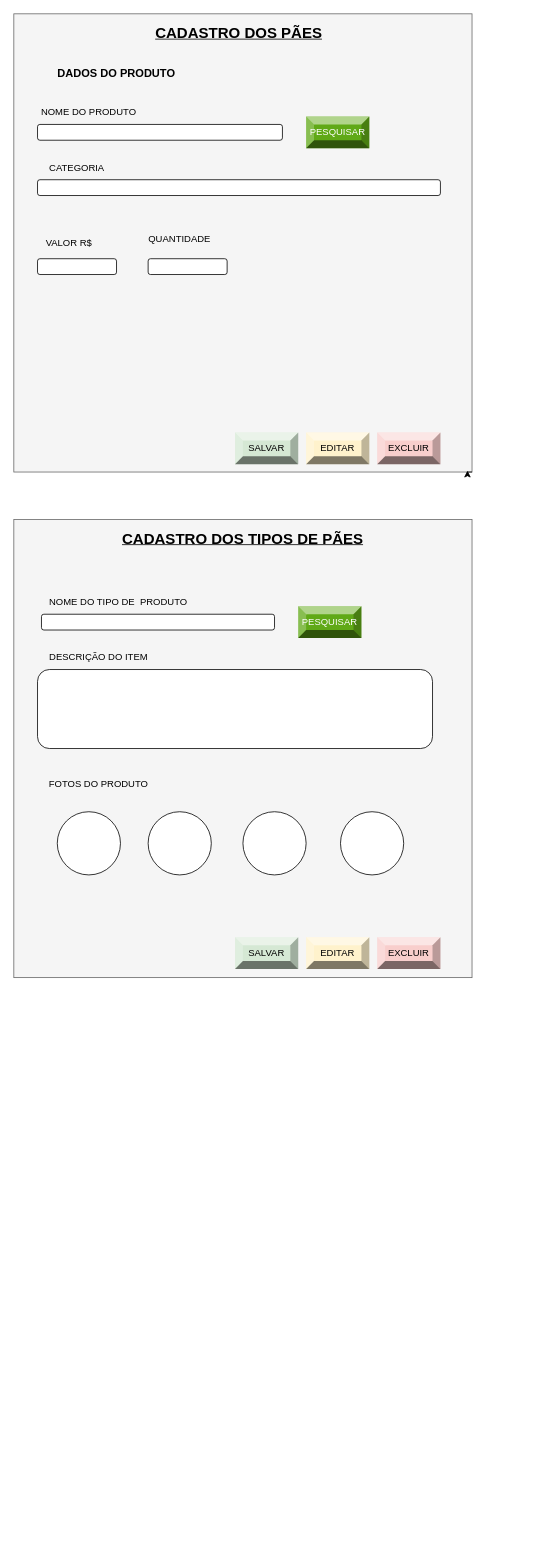
Above: Prototipagem.drawio in LeozinRomeiro/Modelagem_SENAI_CTM (draw.io), before the change. Source tidied: cells renumbered, new cells numbered last; positions are measured from the earlier drawing's top-left corner, leaving out a move shared by most shapes. Both pictures are drawn from the tidied source at 79%, with x=0, y=0 at pixel (13, 13).
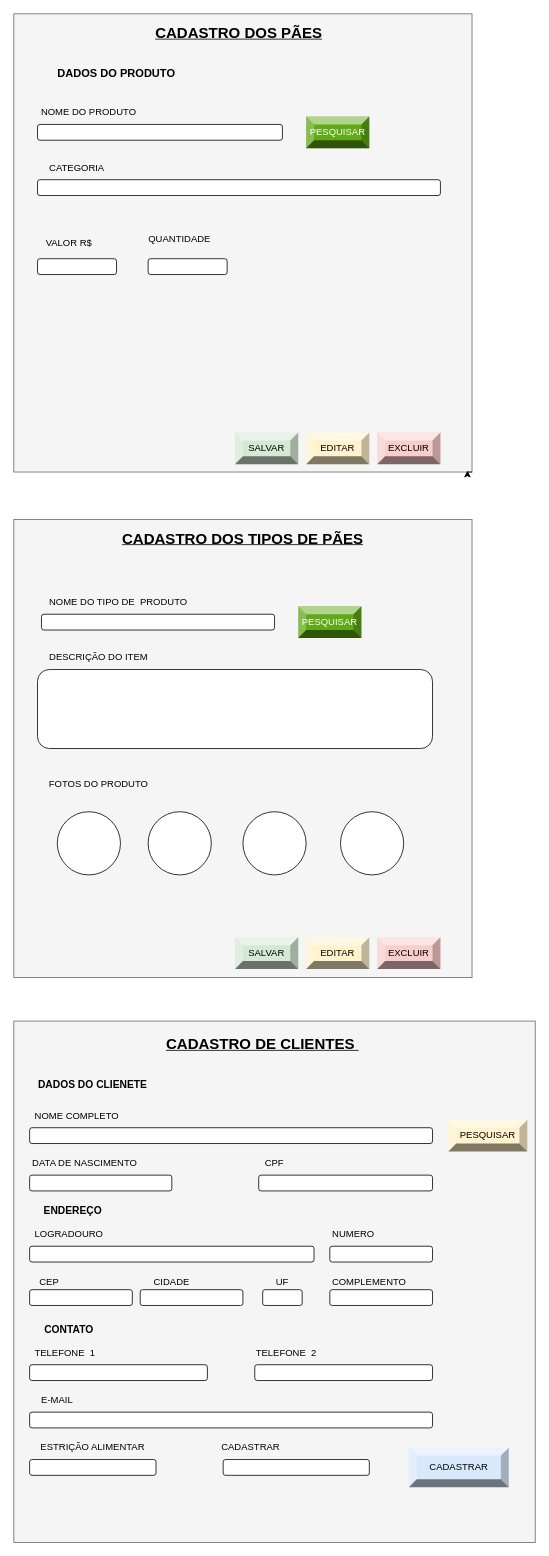
After the change.

Change to the diagram source:
```diff
@@
+    <mxCell id="33" style="whiteSpace=wrap;html=1;fillColor=#f5f5f5;strokeColor=#666666;fontColor=#333333;" parent="1" vertex="1">
+      <mxGeometry y="1275" width="660" height="660" as="geometry" />
+    </mxCell>
+    <mxCell id="34" value="CADASTRO DE CLIENTES&amp;nbsp;" style="text;html=1;strokeColor=none;fillColor=none;align=center;verticalAlign=middle;whiteSpace=wrap;rounded=0;fontStyle=5;fontSize=19;" parent="1" vertex="1">
+      <mxGeometry x="180" y="1290" width="270" height="30" as="geometry" />
+    </mxCell>
+    <mxCell id="35" value="DADOS DO CLIENETE" style="text;html=1;strokeColor=none;fillColor=none;align=center;verticalAlign=middle;whiteSpace=wrap;rounded=0;fontSize=13;fontStyle=1;" parent="1" vertex="1">
+      <mxGeometry x="30" y="1340" width="140" height="30" as="geometry" />
+    </mxCell>
+    <mxCell id="36" value="NOME COMPLETO" style="text;html=1;strokeColor=none;fillColor=none;align=center;verticalAlign=middle;whiteSpace=wrap;rounded=0;" parent="1" vertex="1">
+      <mxGeometry x="10" y="1380" width="140" height="30" as="geometry" />
+    </mxCell>
+    <mxCell id="37" style="rounded=1;whiteSpace=wrap;html=1;" parent="1" vertex="1">
+      <mxGeometry x="20" y="1410" width="510" height="20" as="geometry" />
+    </mxCell>
+    <mxCell id="38" value="DATA DE NASCIMENTO" style="text;html=1;strokeColor=none;fillColor=none;align=center;verticalAlign=middle;whiteSpace=wrap;rounded=0;" parent="1" vertex="1">
+      <mxGeometry x="20" y="1440" width="140" height="30" as="geometry" />
+    </mxCell>
+    <mxCell id="39" style="rounded=1;whiteSpace=wrap;html=1;" parent="1" vertex="1">
+      <mxGeometry x="20" y="1470" width="180" height="20" as="geometry" />
+    </mxCell>
+    <mxCell id="40" value="CPF" style="text;html=1;strokeColor=none;fillColor=none;align=center;verticalAlign=middle;whiteSpace=wrap;rounded=0;" parent="1" vertex="1">
+      <mxGeometry x="300" y="1440" width="60" height="30" as="geometry" />
+    </mxCell>
+    <mxCell id="41" style="rounded=1;whiteSpace=wrap;html=1;" parent="1" vertex="1">
+      <mxGeometry x="310" y="1470" width="220" height="20" as="geometry" />
+    </mxCell>
+    <mxCell id="42" value="ENDEREÇO" style="text;html=1;strokeColor=none;fillColor=none;align=center;verticalAlign=middle;whiteSpace=wrap;rounded=0;fontSize=13;fontStyle=1;" parent="1" vertex="1">
+      <mxGeometry x="20" y="1500" width="110" height="30" as="geometry" />
+    </mxCell>
+    <mxCell id="43" value="LOGRADOURO" style="text;html=1;strokeColor=none;fillColor=none;align=center;verticalAlign=middle;whiteSpace=wrap;rounded=0;" parent="1" vertex="1">
+      <mxGeometry x="40" y="1530" width="60" height="30" as="geometry" />
+    </mxCell>
+    <mxCell id="44" style="rounded=1;whiteSpace=wrap;html=1;" parent="1" vertex="1">
+      <mxGeometry x="20" y="1560" width="360" height="20" as="geometry" />
+    </mxCell>
+    <mxCell id="45" value="NUMERO" style="text;html=1;strokeColor=none;fillColor=none;align=center;verticalAlign=middle;whiteSpace=wrap;rounded=0;" parent="1" vertex="1">
+      <mxGeometry x="400" y="1530" width="60" height="30" as="geometry" />
+    </mxCell>
+    <mxCell id="46" style="rounded=1;whiteSpace=wrap;html=1;" parent="1" vertex="1">
+      <mxGeometry x="400" y="1560" width="130" height="20" as="geometry" />
+    </mxCell>
+    <mxCell id="47" value="CEP" style="text;html=1;strokeColor=none;fillColor=none;align=center;verticalAlign=middle;whiteSpace=wrap;rounded=0;" parent="1" vertex="1">
+      <mxGeometry x="15" y="1590" width="60" height="30" as="geometry" />
+    </mxCell>
+    <mxCell id="48" style="rounded=1;whiteSpace=wrap;html=1;" parent="1" vertex="1">
+      <mxGeometry x="20" y="1615" width="130" height="20" as="geometry" />
+    </mxCell>
+    <mxCell id="49" value="CIDADE" style="text;html=1;strokeColor=none;fillColor=none;align=center;verticalAlign=middle;whiteSpace=wrap;rounded=0;" parent="1" vertex="1">
+      <mxGeometry x="170" y="1590" width="60" height="30" as="geometry" />
+    </mxCell>
+    <mxCell id="50" style="rounded=1;whiteSpace=wrap;html=1;" parent="1" vertex="1">
+      <mxGeometry x="160" y="1615" width="130" height="20" as="geometry" />
+    </mxCell>
+    <mxCell id="51" value="UF" style="text;html=1;strokeColor=none;fillColor=none;align=center;verticalAlign=middle;whiteSpace=wrap;rounded=0;" parent="1" vertex="1">
+      <mxGeometry x="310" y="1590" width="60" height="30" as="geometry" />
+    </mxCell>
+    <mxCell id="52" style="rounded=1;whiteSpace=wrap;html=1;" parent="1" vertex="1">
+      <mxGeometry x="315" y="1615" width="50" height="20" as="geometry" />
+    </mxCell>
+    <mxCell id="53" value="COMPLEMENTO" style="text;html=1;strokeColor=none;fillColor=none;align=center;verticalAlign=middle;whiteSpace=wrap;rounded=0;" parent="1" vertex="1">
+      <mxGeometry x="420" y="1590" width="60" height="30" as="geometry" />
+    </mxCell>
+    <mxCell id="54" style="rounded=1;whiteSpace=wrap;html=1;" parent="1" vertex="1">
+      <mxGeometry x="400" y="1615" width="130" height="20" as="geometry" />
+    </mxCell>
+    <mxCell id="55" value="CONTATO" style="text;html=1;strokeColor=none;fillColor=none;align=center;verticalAlign=middle;whiteSpace=wrap;rounded=0;fontSize=13;fontStyle=1;" parent="1" vertex="1">
+      <mxGeometry x="15" y="1650" width="110" height="30" as="geometry" />
+    </mxCell>
+    <mxCell id="56" value="TELEFONE&amp;nbsp; 1" style="text;html=1;strokeColor=none;fillColor=none;align=center;verticalAlign=middle;whiteSpace=wrap;rounded=0;" parent="1" vertex="1">
+      <mxGeometry x="25" y="1680" width="80" height="30" as="geometry" />
+    </mxCell>
+    <mxCell id="57" style="rounded=1;whiteSpace=wrap;html=1;" parent="1" vertex="1">
+      <mxGeometry x="20" y="1710" width="225" height="20" as="geometry" />
+    </mxCell>
+    <mxCell id="58" value="E-MAIL" style="text;html=1;strokeColor=none;fillColor=none;align=center;verticalAlign=middle;whiteSpace=wrap;rounded=0;" parent="1" vertex="1">
+      <mxGeometry x="25" y="1740" width="60" height="30" as="geometry" />
+    </mxCell>
+    <mxCell id="59" style="rounded=1;whiteSpace=wrap;html=1;" parent="1" vertex="1">
+      <mxGeometry x="20" y="1770" width="510" height="20" as="geometry" />
+    </mxCell>
+    <mxCell id="60" value="TELEFONE&amp;nbsp; 2" style="text;html=1;strokeColor=none;fillColor=none;align=center;verticalAlign=middle;whiteSpace=wrap;rounded=0;" parent="1" vertex="1">
+      <mxGeometry x="305" y="1680" width="80" height="30" as="geometry" />
+    </mxCell>
+    <mxCell id="61" style="rounded=1;whiteSpace=wrap;html=1;" parent="1" vertex="1">
+      <mxGeometry x="305" y="1710" width="225" height="20" as="geometry" />
+    </mxCell>
+    <mxCell id="62" value="ESTRIÇÃO ALIMENTAR" style="text;html=1;strokeColor=none;fillColor=none;align=center;verticalAlign=middle;whiteSpace=wrap;rounded=0;" parent="1" vertex="1">
+      <mxGeometry x="25" y="1800" width="150" height="30" as="geometry" />
+    </mxCell>
+    <mxCell id="63" style="rounded=1;whiteSpace=wrap;html=1;" parent="1" vertex="1">
+      <mxGeometry x="20" y="1830" width="160" height="20" as="geometry" />
+    </mxCell>
+    <mxCell id="64" value="CADASTRAR" style="text;html=1;strokeColor=none;fillColor=none;align=center;verticalAlign=middle;whiteSpace=wrap;rounded=0;" parent="1" vertex="1">
+      <mxGeometry x="270" y="1800" width="60" height="30" as="geometry" />
+    </mxCell>
+    <mxCell id="65" style="rounded=1;whiteSpace=wrap;html=1;" parent="1" vertex="1">
+      <mxGeometry x="265" y="1830" width="185" height="20" as="geometry" />
+    </mxCell>
+    <mxCell id="66" value="CADASTRAR" style="labelPosition=center;verticalLabelPosition=middle;align=center;html=1;shape=mxgraph.basic.shaded_button;dx=10;fillColor=#dae8fc;strokeColor=#6c8ebf;whiteSpace=wrap;" parent="1" vertex="1">
+      <mxGeometry x="500" y="1815" width="126.5" height="50" as="geometry" />
+    </mxCell>
+    <mxCell id="67" value="PESQUISAR" style="labelPosition=center;verticalLabelPosition=middle;align=center;html=1;shape=mxgraph.basic.shaded_button;dx=10;fillColor=#fff2cc;strokeColor=#d6b656;whiteSpace=wrap;" parent="1" vertex="1">
+      <mxGeometry x="550" y="1400" width="100" height="40" as="geometry" />
+    </mxCell>
```
